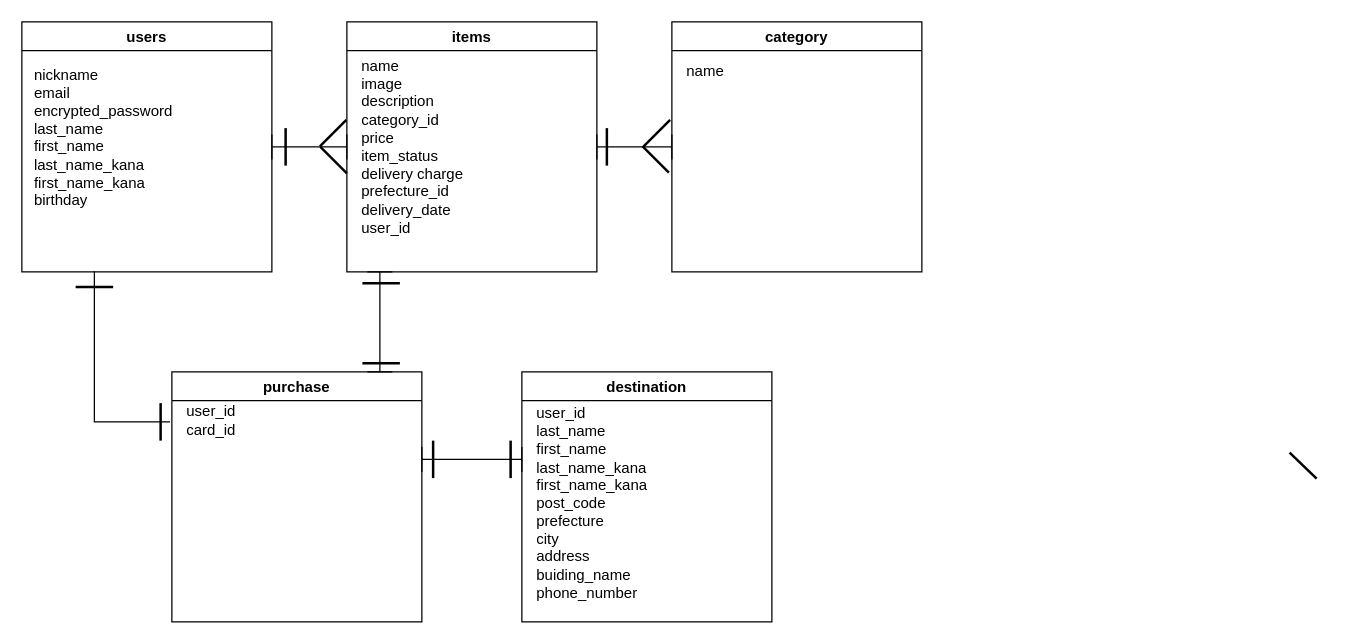
The draw.io diagram ER.dio in yuri8392/furima-38427, before the edit. Source tidied: cells renumbered, new cells numbered last; positions are measured from the earlier drawing's top-left corner, leaving out a move shared by most shapes. Both pictures are drawn from the tidied source at 125%, with x=0, y=0 at pixel (21, 21).
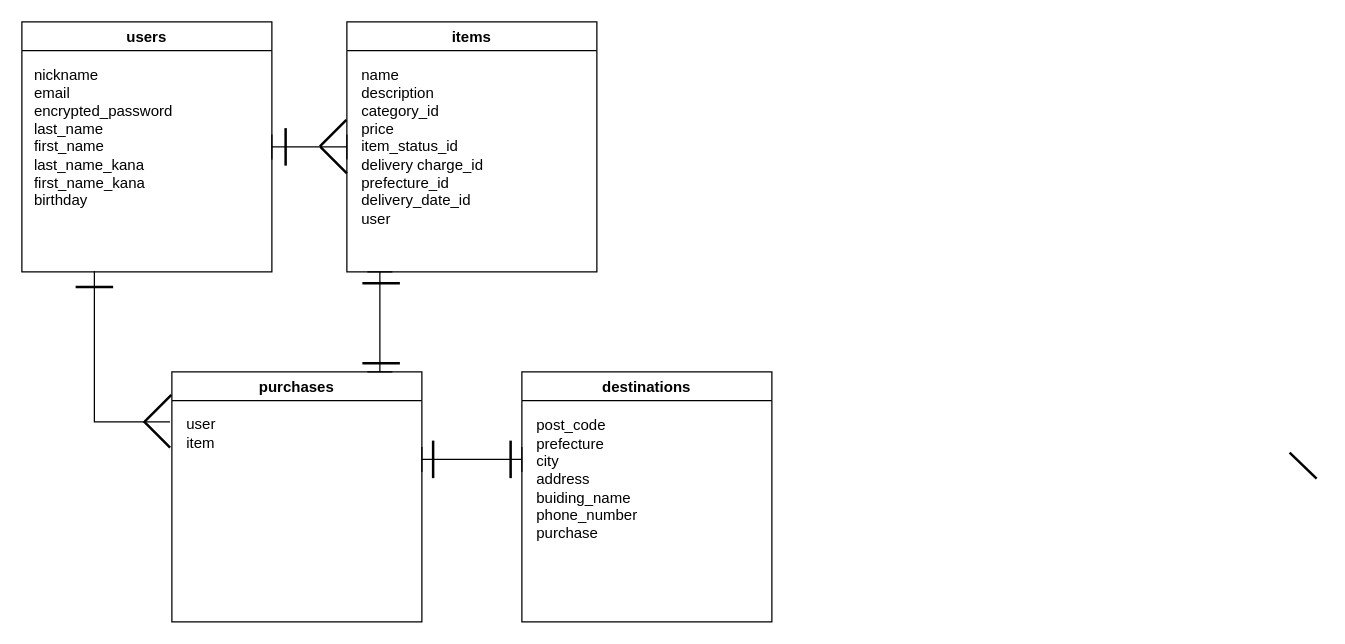
Above is the later version.

Commit message (it also covers changes not shown here):
データベース設計修正

The change refers to these unchanged cells:
```xml
<mxCell id="4" value="items" style="swimlane;" parent="1" vertex="1">
  <mxGeometry x="260" width="200" height="200" as="geometry" />
</mxCell>
```

What changed in the source:
```diff
@@
-    <mxCell id="5" value="&lt;div&gt;name&lt;/div&gt;&lt;div&gt;image&lt;/div&gt;&lt;div&gt;description&lt;br&gt;&lt;/div&gt;&lt;div&gt;category_id&lt;/div&gt;&lt;div&gt;price&lt;/div&gt;&lt;div&gt;item_status&lt;/div&gt;&lt;div&gt;delivery charge&lt;/div&gt;&lt;div&gt;prefecture_id&lt;/div&gt;&lt;div&gt;delivery_date&lt;/div&gt;&lt;div&gt;user_id&lt;/div&gt;" style="text;html=1;align=left;verticalAlign=middle;strokeColor=none;fillColor=none;" parent="4" vertex="1">
-      <mxGeometry x="10" y="25" width="100" height="150" as="geometry" />
+    <mxCell id="5" value="&lt;div&gt;name&lt;/div&gt;&lt;div&gt;description&lt;br&gt;&lt;/div&gt;&lt;div&gt;category_id&lt;/div&gt;&lt;div&gt;price&lt;/div&gt;&lt;div&gt;item_status_id&lt;/div&gt;&lt;div&gt;delivery charge_id&lt;/div&gt;&lt;div&gt;prefecture_id&lt;/div&gt;&lt;div&gt;delivery_date_id&lt;/div&gt;&lt;div&gt;user&lt;/div&gt;" style="text;html=1;align=left;verticalAlign=middle;strokeColor=none;fillColor=none;" parent="4" vertex="1">
+      <mxGeometry x="10" y="35" width="110" height="130" as="geometry" />
     </mxCell>
@@
-    <mxCell id="7" value="purchase" style="swimlane;" parent="1" vertex="1">
+    <mxCell id="7" value="purchases" style="swimlane;" parent="1" vertex="1">
       <mxGeometry x="120" y="280" width="200" height="200" as="geometry" />
     </mxCell>
-    <mxCell id="8" value="user_id&lt;br&gt;card_id" style="text;html=1;align=left;verticalAlign=middle;strokeColor=none;fillColor=none;" parent="7" vertex="1">
-      <mxGeometry x="10" y="24" width="50" height="30" as="geometry" />
+    <mxCell id="8" value="user&lt;br&gt;item" style="text;html=1;align=left;verticalAlign=middle;strokeColor=none;fillColor=none;" parent="7" vertex="1">
+      <mxGeometry x="10" y="34" width="40" height="30" as="geometry" />
     </mxCell>
@@
-    <mxCell id="13" value="destination" style="swimlane;" parent="1" vertex="1">
+    <mxCell id="13" value="destinations" style="swimlane;" parent="1" vertex="1">
       <mxGeometry x="400" y="280" width="200" height="200" as="geometry" />
     </mxCell>
-    <mxCell id="14" value="user_id&lt;br&gt;last_name&lt;br&gt;first_name&lt;br&gt;last_name_kana&lt;br&gt;first_name_kana&lt;br&gt;post_code&lt;br&gt;prefecture&lt;br&gt;city&lt;br&gt;address&lt;br&gt;buiding_name&lt;br&gt;phone_number" style="text;html=1;align=left;verticalAlign=middle;strokeColor=none;fillColor=none;" parent="13" vertex="1">
-      <mxGeometry x="10" y="25" width="100" height="160" as="geometry" />
+    <mxCell id="14" value="post_code&lt;br&gt;prefecture&lt;br&gt;city&lt;br&gt;address&lt;br&gt;buiding_name&lt;br&gt;phone_number&lt;br&gt;purchase" style="text;html=1;align=left;verticalAlign=middle;strokeColor=none;fillColor=none;" parent="13" vertex="1">
+      <mxGeometry x="10" y="36" width="100" height="100" as="geometry" />
     </mxCell>
@@
-    <mxCell id="19" style="line;strokeWidth=2;html=1;rotation=90;" parent="1" vertex="1">
-      <mxGeometry x="96" y="315" width="30" height="10" as="geometry" />
-    </mxCell>
@@
-    <mxCell id="24" value="category" style="swimlane;" parent="1" vertex="1">
-      <mxGeometry x="520" width="200" height="200" as="geometry" />
-    </mxCell>
-    <mxCell id="25" value="name" style="text;html=1;align=left;verticalAlign=middle;strokeColor=none;fillColor=none;" parent="24" vertex="1">
-      <mxGeometry x="10" y="30" width="50" height="20" as="geometry" />
-    </mxCell>
-    <mxCell id="26" style="shape=crossbar;whiteSpace=wrap;html=1;rounded=1;" parent="24" vertex="1">
-      <mxGeometry x="-60" y="90" width="60" height="20" as="geometry" />
-    </mxCell>
-    <mxCell id="27" style="line;strokeWidth=2;direction=south;html=1;" parent="1" vertex="1">
-      <mxGeometry x="463" y="85" width="10" height="30" as="geometry" />
-    </mxCell>
-    <mxCell id="28" style="line;strokeWidth=2;direction=south;html=1;rotation=45;" parent="1" vertex="1">
-      <mxGeometry x="503" y="74" width="10" height="30" as="geometry" />
-    </mxCell>
-    <mxCell id="29" style="line;strokeWidth=2;direction=south;html=1;rotation=-45;" parent="1" vertex="1">
-      <mxGeometry x="480" y="95" width="54" height="30" as="geometry" />
+    <mxCell id="29" style="line;strokeWidth=2;direction=south;html=1;rotation=45;" parent="1" vertex="1">
+      <mxGeometry x="104" y="294" width="10" height="30" as="geometry" />
     </mxCell>
+    <mxCell id="30" style="line;strokeWidth=2;direction=south;html=1;rotation=-45;" parent="1" vertex="1">
+      <mxGeometry x="81" y="315" width="54" height="30" as="geometry" />
+    </mxCell>
```
